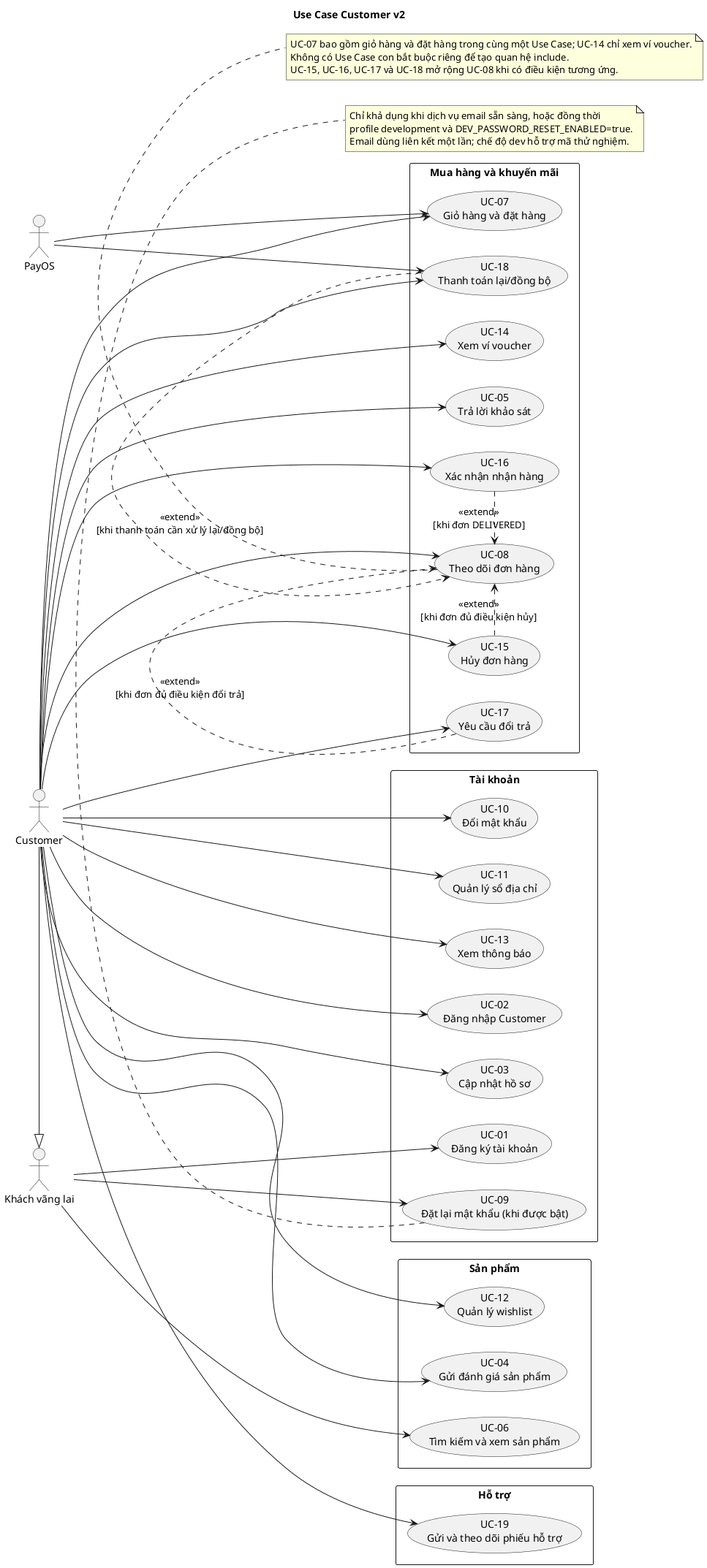
The PlantUML diagram docs/use-cases/use-case-diagrams-v2.png in duygri/do-an-htttdn-crm, before a commit.
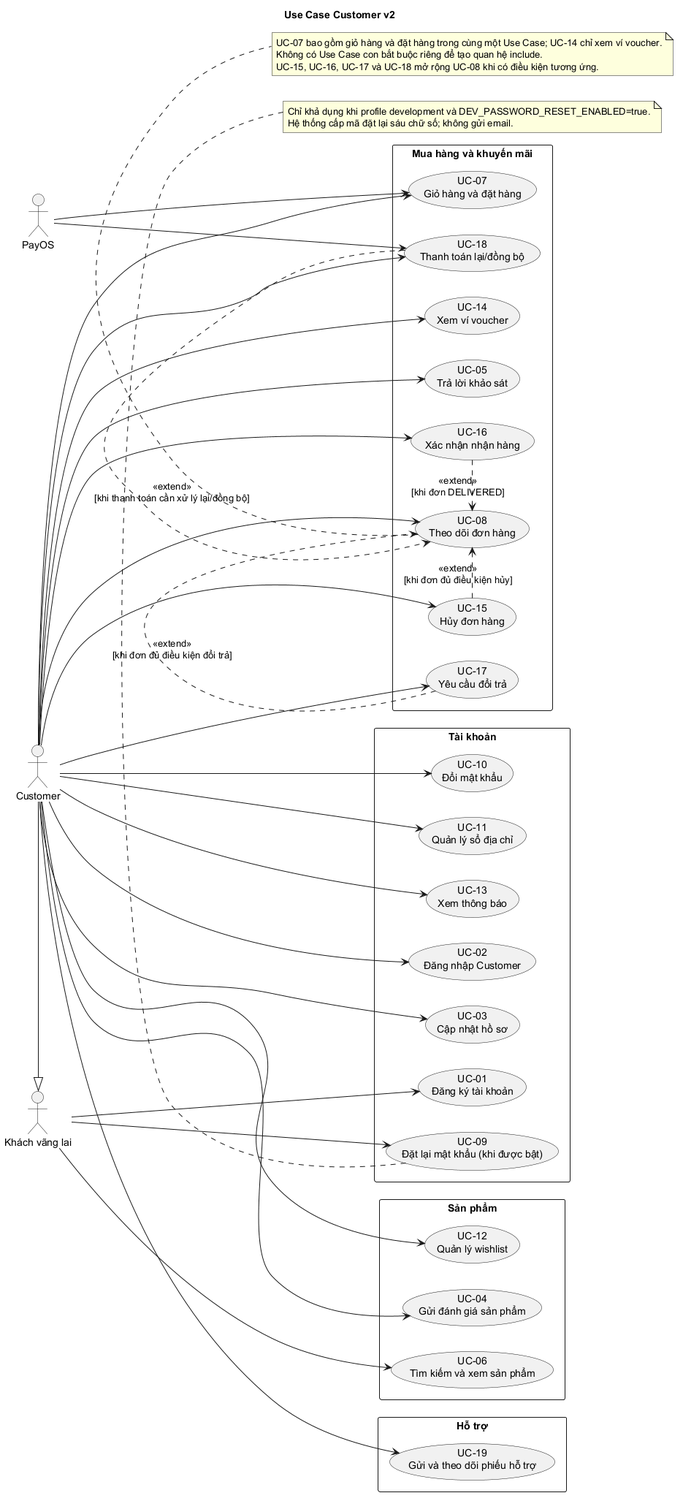
After the commit.

Change to the diagram source:
```diff
@@ -61,9 +61,8 @@
 C17 .> C08 : <<extend>>\n[khi đơn đủ điều kiện đổi trả]
 C18 .> C08 : <<extend>>\n[khi thanh toán cần xử lý lại/đồng bộ]
 note bottom of C09
-Chỉ khả dụng khi dịch vụ email sẵn sàng, hoặc đồng thời
-profile development và DEV_PASSWORD_RESET_ENABLED=true.
-Email dùng liên kết một lần; chế độ dev hỗ trợ mã thử nghiệm.
+Chỉ khả dụng khi profile development và DEV_PASSWORD_RESET_ENABLED=true.
+Hệ thống cấp mã đặt lại sáu chữ số; không gửi email.
 end note
 note bottom of C08
 UC-07 bao gồm giỏ hàng và đặt hàng trong cùng một Use Case; UC-14 chỉ xem ví voucher.
```
